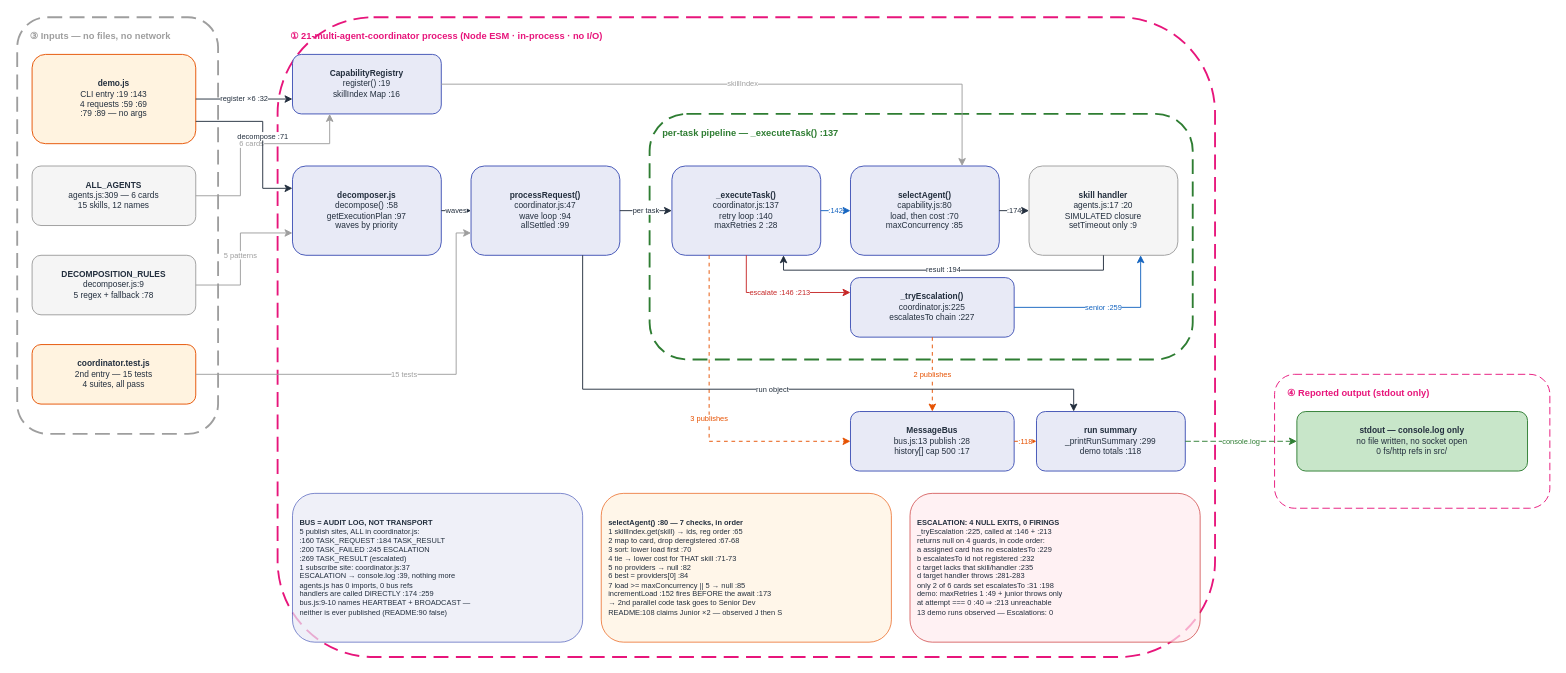
Before: docs/diagrams/coordinator_v1/HOA_Coordinator_v1.drawio in gmaheshraju/Hands-on-AgenticAI, a draw.io diagram. Source tidied: cells renumbered, new cells numbered last; positions are measured from the earlier drawing's top-left corner, leaving out a move shared by most shapes. Both pictures are drawn from the tidied source at 93%, with x=0, y=0 at pixel (17, 17).
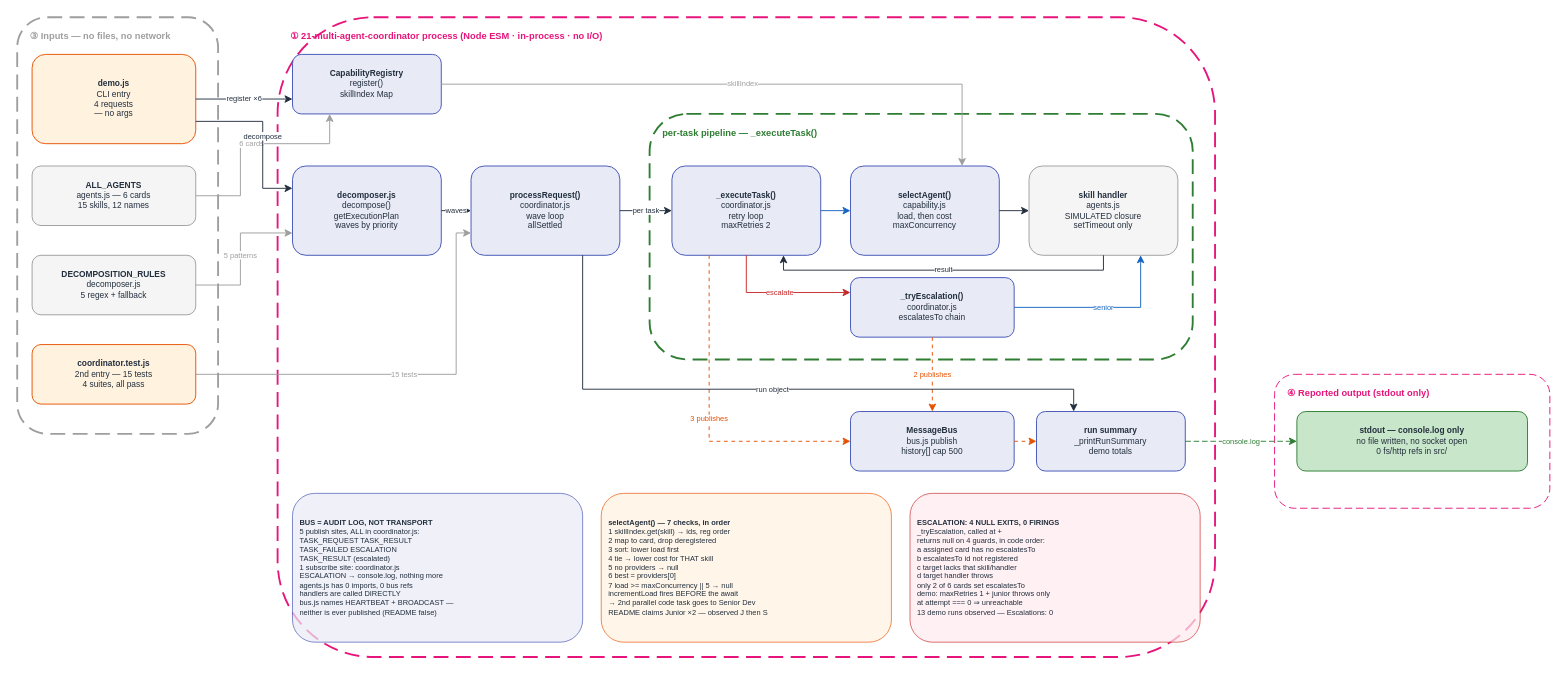
The same page after the edit.

The edit, as a diff of the source:
```diff
@@
-    <mxCell id="7" value="per-task pipeline — _executeTask() :137" style="text;fontSize=10;fontStyle=1;fontColor=#2E7D32;align=left;html=1;whiteSpace=wrap;" parent="1" vertex="1">
+    <mxCell id="7" value="per-task pipeline — _executeTask()" style="text;fontSize=10;fontStyle=1;fontColor=#2E7D32;align=left;html=1;whiteSpace=wrap;" parent="1" vertex="1">
       <mxGeometry x="692" y="112" width="568" height="16" as="geometry" />
     </mxCell>
@@
-    <mxCell id="10" value="&lt;b&gt;demo.js&lt;/b&gt;&lt;br&gt;CLI entry :19 :143&lt;br&gt;4 requests :59 :69&lt;br&gt;:79 :89 — no args" style="rounded=1;fillColor=#FFF3E0;strokeColor=#E65100;fontSize=9;fontColor=#232F3E;html=1;whiteSpace=wrap;align=center;" parent="1" vertex="1">
+    <mxCell id="10" value="&lt;b&gt;demo.js&lt;/b&gt;&lt;br&gt;CLI entry&lt;br&gt;4 requests&lt;br&gt; — no args" style="rounded=1;fillColor=#FFF3E0;strokeColor=#E65100;fontSize=9;fontColor=#232F3E;html=1;whiteSpace=wrap;align=center;" parent="1" vertex="1">
       <mxGeometry x="16" y="40" width="176" height="96" as="geometry" />
     </mxCell>
-    <mxCell id="11" value="&lt;b&gt;ALL_AGENTS&lt;/b&gt;&lt;br&gt;agents.js:309 — 6 cards&lt;br&gt;15 skills, 12 names" style="rounded=1;fillColor=#F5F5F5;strokeColor=#9E9E9E;fontSize=9;fontColor=#232F3E;html=1;whiteSpace=wrap;align=center;" parent="1" vertex="1">
+    <mxCell id="11" value="&lt;b&gt;ALL_AGENTS&lt;/b&gt;&lt;br&gt;agents.js — 6 cards&lt;br&gt;15 skills, 12 names" style="rounded=1;fillColor=#F5F5F5;strokeColor=#9E9E9E;fontSize=9;fontColor=#232F3E;html=1;whiteSpace=wrap;align=center;" parent="1" vertex="1">
       <mxGeometry x="16" y="160" width="176" height="64" as="geometry" />
     </mxCell>
-    <mxCell id="12" value="&lt;b&gt;DECOMPOSITION_RULES&lt;/b&gt;&lt;br&gt;decomposer.js:9&lt;br&gt;5 regex + fallback :78" style="rounded=1;fillColor=#F5F5F5;strokeColor=#9E9E9E;fontSize=9;fontColor=#232F3E;html=1;whiteSpace=wrap;align=center;" parent="1" vertex="1">
+    <mxCell id="12" value="&lt;b&gt;DECOMPOSITION_RULES&lt;/b&gt;&lt;br&gt;decomposer.js&lt;br&gt;5 regex + fallback" style="rounded=1;fillColor=#F5F5F5;strokeColor=#9E9E9E;fontSize=9;fontColor=#232F3E;html=1;whiteSpace=wrap;align=center;" parent="1" vertex="1">
       <mxGeometry x="16" y="256" width="176" height="64" as="geometry" />
     </mxCell>
@@
-    <mxCell id="14" value="&lt;b&gt;CapabilityRegistry&lt;/b&gt;&lt;br&gt;register() :19&lt;br&gt;skillIndex Map :16" style="rounded=1;fillColor=#E8EAF6;strokeColor=#3F51B5;fontSize=9;fontColor=#232F3E;html=1;whiteSpace=wrap;align=center;" parent="1" vertex="1">
+    <mxCell id="14" value="&lt;b&gt;CapabilityRegistry&lt;/b&gt;&lt;br&gt;register()&lt;br&gt;skillIndex Map" style="rounded=1;fillColor=#E8EAF6;strokeColor=#3F51B5;fontSize=9;fontColor=#232F3E;html=1;whiteSpace=wrap;align=center;" parent="1" vertex="1">
       <mxGeometry x="296" y="40" width="160" height="64" as="geometry" />
     </mxCell>
-    <mxCell id="15" value="&lt;b&gt;decomposer.js&lt;/b&gt;&lt;br&gt;decompose() :58&lt;br&gt;getExecutionPlan :97&lt;br&gt;waves by priority" style="rounded=1;fillColor=#E8EAF6;strokeColor=#3F51B5;fontSize=9;fontColor=#232F3E;html=1;whiteSpace=wrap;align=center;" parent="1" vertex="1">
+    <mxCell id="15" value="&lt;b&gt;decomposer.js&lt;/b&gt;&lt;br&gt;decompose()&lt;br&gt;getExecutionPlan&lt;br&gt;waves by priority" style="rounded=1;fillColor=#E8EAF6;strokeColor=#3F51B5;fontSize=9;fontColor=#232F3E;html=1;whiteSpace=wrap;align=center;" parent="1" vertex="1">
       <mxGeometry x="296" y="160" width="160" height="96" as="geometry" />
     </mxCell>
-    <mxCell id="16" value="&lt;b&gt;processRequest()&lt;/b&gt;&lt;br&gt;coordinator.js:47&lt;br&gt;wave loop :94&lt;br&gt;allSettled :99" style="rounded=1;fillColor=#E8EAF6;strokeColor=#3F51B5;fontSize=9;fontColor=#232F3E;html=1;whiteSpace=wrap;align=center;" parent="1" vertex="1">
+    <mxCell id="16" value="&lt;b&gt;processRequest()&lt;/b&gt;&lt;br&gt;coordinator.js&lt;br&gt;wave loop&lt;br&gt;allSettled" style="rounded=1;fillColor=#E8EAF6;strokeColor=#3F51B5;fontSize=9;fontColor=#232F3E;html=1;whiteSpace=wrap;align=center;" parent="1" vertex="1">
       <mxGeometry x="488" y="160" width="160" height="96" as="geometry" />
     </mxCell>
-    <mxCell id="17" value="&lt;b&gt;_executeTask()&lt;/b&gt;&lt;br&gt;coordinator.js:137&lt;br&gt;retry loop :140&lt;br&gt;maxRetries 2 :28" style="rounded=1;fillColor=#E8EAF6;strokeColor=#3F51B5;fontSize=9;fontColor=#232F3E;html=1;whiteSpace=wrap;align=center;" parent="1" vertex="1">
+    <mxCell id="17" value="&lt;b&gt;_executeTask()&lt;/b&gt;&lt;br&gt;coordinator.js&lt;br&gt;retry loop&lt;br&gt;maxRetries 2" style="rounded=1;fillColor=#E8EAF6;strokeColor=#3F51B5;fontSize=9;fontColor=#232F3E;html=1;whiteSpace=wrap;align=center;" parent="1" vertex="1">
       <mxGeometry x="704" y="160" width="160" height="96" as="geometry" />
     </mxCell>
-    <mxCell id="18" value="&lt;b&gt;selectAgent()&lt;/b&gt;&lt;br&gt;capability.js:80&lt;br&gt;load, then cost :70&lt;br&gt;maxConcurrency :85" style="rounded=1;fillColor=#E8EAF6;strokeColor=#3F51B5;fontSize=9;fontColor=#232F3E;html=1;whiteSpace=wrap;align=center;" parent="1" vertex="1">
+    <mxCell id="18" value="&lt;b&gt;selectAgent()&lt;/b&gt;&lt;br&gt;capability.js&lt;br&gt;load, then cost&lt;br&gt;maxConcurrency" style="rounded=1;fillColor=#E8EAF6;strokeColor=#3F51B5;fontSize=9;fontColor=#232F3E;html=1;whiteSpace=wrap;align=center;" parent="1" vertex="1">
       <mxGeometry x="896" y="160" width="160" height="96" as="geometry" />
     </mxCell>
-    <mxCell id="19" value="&lt;b&gt;skill handler&lt;/b&gt;&lt;br&gt;agents.js:17 :20&lt;br&gt;SIMULATED closure&lt;br&gt;setTimeout only :9" style="rounded=1;fillColor=#F5F5F5;strokeColor=#9E9E9E;fontSize=9;fontColor=#232F3E;html=1;whiteSpace=wrap;align=center;" parent="1" vertex="1">
+    <mxCell id="19" value="&lt;b&gt;skill handler&lt;/b&gt;&lt;br&gt;agents.js&lt;br&gt;SIMULATED closure&lt;br&gt;setTimeout only" style="rounded=1;fillColor=#F5F5F5;strokeColor=#9E9E9E;fontSize=9;fontColor=#232F3E;html=1;whiteSpace=wrap;align=center;" parent="1" vertex="1">
       <mxGeometry x="1088" y="160" width="160" height="96" as="geometry" />
     </mxCell>
-    <mxCell id="20" value="&lt;b&gt;_tryEscalation()&lt;/b&gt;&lt;br&gt;coordinator.js:225&lt;br&gt;escalatesTo chain :227" style="rounded=1;fillColor=#E8EAF6;strokeColor=#3F51B5;fontSize=9;fontColor=#232F3E;html=1;whiteSpace=wrap;align=center;" parent="1" vertex="1">
+    <mxCell id="20" value="&lt;b&gt;_tryEscalation()&lt;/b&gt;&lt;br&gt;coordinator.js&lt;br&gt;escalatesTo chain" style="rounded=1;fillColor=#E8EAF6;strokeColor=#3F51B5;fontSize=9;fontColor=#232F3E;html=1;whiteSpace=wrap;align=center;" parent="1" vertex="1">
       <mxGeometry x="896" y="280" width="176" height="64" as="geometry" />
     </mxCell>
-    <mxCell id="21" value="&lt;b&gt;MessageBus&lt;/b&gt;&lt;br&gt;bus.js:13 publish :28&lt;br&gt;history[] cap 500 :17" style="rounded=1;fillColor=#E8EAF6;strokeColor=#3F51B5;fontSize=9;fontColor=#232F3E;html=1;whiteSpace=wrap;align=center;" parent="1" vertex="1">
+    <mxCell id="21" value="&lt;b&gt;MessageBus&lt;/b&gt;&lt;br&gt;bus.js publish&lt;br&gt;history[] cap 500" style="rounded=1;fillColor=#E8EAF6;strokeColor=#3F51B5;fontSize=9;fontColor=#232F3E;html=1;whiteSpace=wrap;align=center;" parent="1" vertex="1">
       <mxGeometry x="896" y="424" width="176" height="64" as="geometry" />
     </mxCell>
-    <mxCell id="22" value="&lt;b&gt;run summary&lt;/b&gt;&lt;br&gt;_printRunSummary :299&lt;br&gt;demo totals :118" style="rounded=1;fillColor=#E8EAF6;strokeColor=#3F51B5;fontSize=9;fontColor=#232F3E;html=1;whiteSpace=wrap;align=center;" parent="1" vertex="1">
+    <mxCell id="22" value="&lt;b&gt;run summary&lt;/b&gt;&lt;br&gt;_printRunSummary&lt;br&gt;demo totals" style="rounded=1;fillColor=#E8EAF6;strokeColor=#3F51B5;fontSize=9;fontColor=#232F3E;html=1;whiteSpace=wrap;align=center;" parent="1" vertex="1">
       <mxGeometry x="1096" y="424" width="160" height="64" as="geometry" />
     </mxCell>
@@
-    <mxCell id="24" value="&lt;b&gt;BUS = AUDIT LOG, NOT TRANSPORT&lt;/b&gt;&lt;br&gt;5 publish sites, ALL in coordinator.js:&lt;br&gt;  :160 TASK_REQUEST  :184 TASK_RESULT&lt;br&gt;  :200 TASK_FAILED   :245 ESCALATION&lt;br&gt;  :269 TASK_RESULT (escalated)&lt;br&gt;1 subscribe site: coordinator.js:37&lt;br&gt;  ESCALATION → console.log :39, nothing more&lt;br&gt;agents.js has 0 imports, 0 bus refs&lt;br&gt;handlers are called DIRECTLY :174 :259&lt;br&gt;bus.js:9-10 names HEARTBEAT + BROADCAST —&lt;br&gt;neither is ever published (README:90 false)" style="rounded=1;fillColor=#E8EAF6;strokeColor=#3F51B5;fontSize=8;fontColor=#232F3E;html=1;whiteSpace=wrap;align=left;spacingLeft=6;opacity=70;" parent="1" vertex="1">
+    <mxCell id="24" value="&lt;b&gt;BUS = AUDIT LOG, NOT TRANSPORT&lt;/b&gt;&lt;br&gt;5 publish sites, ALL in coordinator.js:&lt;br&gt; TASK_REQUEST TASK_RESULT&lt;br&gt; TASK_FAILED ESCALATION&lt;br&gt; TASK_RESULT (escalated)&lt;br&gt;1 subscribe site: coordinator.js&lt;br&gt; ESCALATION → console.log, nothing more&lt;br&gt;agents.js has 0 imports, 0 bus refs&lt;br&gt;handlers are called DIRECTLY&lt;br&gt;bus.js names HEARTBEAT + BROADCAST —&lt;br&gt;neither is ever published (README false)" style="rounded=1;fillColor=#E8EAF6;strokeColor=#3F51B5;fontSize=8;fontColor=#232F3E;html=1;whiteSpace=wrap;align=left;spacingLeft=6;opacity=70;" parent="1" vertex="1">
       <mxGeometry x="296" y="512" width="312" height="160" as="geometry" />
     </mxCell>
-    <mxCell id="25" value="&lt;b&gt;selectAgent() :80 — 7 checks, in order&lt;/b&gt;&lt;br&gt;1 skillIndex.get(skill) → ids, reg order :65&lt;br&gt;2 map to card, drop deregistered :67-68&lt;br&gt;3 sort: lower load first :70&lt;br&gt;4 tie → lower cost for THAT skill :71-73&lt;br&gt;5 no providers → null :82&lt;br&gt;6 best = providers[0] :84&lt;br&gt;7 load &amp;gt;= maxConcurrency || 5 → null :85&lt;br&gt;incrementLoad :152 fires BEFORE the await :173&lt;br&gt;→ 2nd parallel code task goes to Senior Dev&lt;br&gt;README:108 claims Junior ×2 — observed J then S" style="rounded=1;fillColor=#FFF3E0;strokeColor=#E65100;fontSize=8;fontColor=#232F3E;html=1;whiteSpace=wrap;align=left;spacingLeft=6;opacity=70;" parent="1" vertex="1">
+    <mxCell id="25" value="&lt;b&gt;selectAgent() — 7 checks, in order&lt;/b&gt;&lt;br&gt;1 skillIndex.get(skill) → ids, reg order&lt;br&gt;2 map to card, drop deregistered&lt;br&gt;3 sort: lower load first&lt;br&gt;4 tie → lower cost for THAT skill&lt;br&gt;5 no providers → null&lt;br&gt;6 best = providers[0]&lt;br&gt;7 load &amp;gt;= maxConcurrency || 5 → null&lt;br&gt;incrementLoad fires BEFORE the await&lt;br&gt;→ 2nd parallel code task goes to Senior Dev&lt;br&gt;README claims Junior ×2 — observed J then S" style="rounded=1;fillColor=#FFF3E0;strokeColor=#E65100;fontSize=8;fontColor=#232F3E;html=1;whiteSpace=wrap;align=left;spacingLeft=6;opacity=70;" parent="1" vertex="1">
       <mxGeometry x="628" y="512" width="312" height="160" as="geometry" />
     </mxCell>
-    <mxCell id="26" value="&lt;b&gt;ESCALATION: 4 NULL EXITS, 0 FIRINGS&lt;/b&gt;&lt;br&gt;_tryEscalation :225, called at :146 + :213&lt;br&gt;returns null on 4 guards, in code order:&lt;br&gt;  a assigned card has no escalatesTo :229&lt;br&gt;  b escalatesTo id not registered :232&lt;br&gt;  c target lacks that skill/handler :235&lt;br&gt;  d target handler throws :281-283&lt;br&gt;only 2 of 6 cards set escalatesTo :31 :198&lt;br&gt;demo: maxRetries 1 :49 + junior throws only&lt;br&gt;at attempt === 0 :40 ⇒ :213 unreachable&lt;br&gt;13 demo runs observed — Escalations: 0" style="rounded=1;fillColor=#FFEBEE;strokeColor=#C62828;fontSize=8;fontColor=#232F3E;html=1;whiteSpace=wrap;align=left;spacingLeft=6;opacity=70;" parent="1" vertex="1">
+    <mxCell id="26" value="&lt;b&gt;ESCALATION: 4 NULL EXITS, 0 FIRINGS&lt;/b&gt;&lt;br&gt;_tryEscalation, called at +&lt;br&gt;returns null on 4 guards, in code order:&lt;br&gt; a assigned card has no escalatesTo&lt;br&gt; b escalatesTo id not registered&lt;br&gt; c target lacks that skill/handler&lt;br&gt; d target handler throws&lt;br&gt;only 2 of 6 cards set escalatesTo&lt;br&gt;demo: maxRetries 1 + junior throws only&lt;br&gt;at attempt === 0 ⇒ unreachable&lt;br&gt;13 demo runs observed — Escalations: 0" style="rounded=1;fillColor=#FFEBEE;strokeColor=#C62828;fontSize=8;fontColor=#232F3E;html=1;whiteSpace=wrap;align=left;spacingLeft=6;opacity=70;" parent="1" vertex="1">
       <mxGeometry x="960" y="512" width="312" height="160" as="geometry" />
     </mxCell>
-    <mxCell id="27" value="register ×6 :32" style="edgeStyle=orthogonalEdgeStyle;rounded=0;html=1;strokeColor=#232F3E;fontColor=#232F3E;fontSize=8;exitX=1;exitY=0.5;exitDx=0;exitDy=0;entryX=0;entryY=0.75;entryDx=0;entryDy=0;" parent="1" edge="1" source="10" target="14">
+    <mxCell id="27" value="register ×6" style="edgeStyle=orthogonalEdgeStyle;rounded=0;html=1;strokeColor=#232F3E;fontColor=#232F3E;fontSize=8;exitX=1;exitY=0.5;exitDx=0;exitDy=0;entryX=0;entryY=0.75;entryDx=0;entryDy=0;" parent="1" edge="1" source="10" target="14">
       <mxGeometry relative="1" as="geometry" />
     </mxCell>
@@
-    <mxCell id="29" value="decompose :71" style="edgeStyle=orthogonalEdgeStyle;rounded=0;html=1;strokeColor=#232F3E;fontColor=#232F3E;fontSize=8;exitX=1;exitY=0.75;exitDx=0;exitDy=0;entryX=0;entryY=0.25;entryDx=0;entryDy=0;" parent="1" edge="1" source="10" target="15">
+    <mxCell id="29" value="decompose" style="edgeStyle=orthogonalEdgeStyle;rounded=0;html=1;strokeColor=#232F3E;fontColor=#232F3E;fontSize=8;exitX=1;exitY=0.75;exitDx=0;exitDy=0;entryX=0;entryY=0.25;entryDx=0;entryDy=0;" parent="1" edge="1" source="10" target="15">
       <mxGeometry relative="1" as="geometry">
         <Array as="points">
           <mxPoint x="264" y="112" />
           <mxPoint x="264" y="184" />
         </Array>
       </mxGeometry>
     </mxCell>
@@
-    <mxCell id="34" value=":142" style="edgeStyle=orthogonalEdgeStyle;rounded=0;html=1;strokeColor=#1565C0;fontColor=#1565C0;fontSize=8;exitX=1;exitY=0.5;exitDx=0;exitDy=0;entryX=0;entryY=0.5;entryDx=0;entryDy=0;" parent="1" edge="1" source="17" target="18">
+    <mxCell id="34" style="edgeStyle=orthogonalEdgeStyle;rounded=0;html=1;strokeColor=#1565C0;fontColor=#1565C0;fontSize=8;exitX=1;exitY=0.5;exitDx=0;exitDy=0;entryX=0;entryY=0.5;entryDx=0;entryDy=0;" parent="1" edge="1" source="17" target="18">
       <mxGeometry relative="1" as="geometry" />
     </mxCell>
-    <mxCell id="35" value=":174" style="edgeStyle=orthogonalEdgeStyle;rounded=0;html=1;strokeColor=#232F3E;fontColor=#232F3E;fontSize=8;exitX=1;exitY=0.5;exitDx=0;exitDy=0;entryX=0;entryY=0.5;entryDx=0;entryDy=0;" parent="1" edge="1" source="18" target="19">
+    <mxCell id="35" style="edgeStyle=orthogonalEdgeStyle;rounded=0;html=1;strokeColor=#232F3E;fontColor=#232F3E;fontSize=8;exitX=1;exitY=0.5;exitDx=0;exitDy=0;entryX=0;entryY=0.5;entryDx=0;entryDy=0;" parent="1" edge="1" source="18" target="19">
       <mxGeometry relative="1" as="geometry" />
     </mxCell>
@@
-    <mxCell id="37" value="result :194" style="edgeStyle=orthogonalEdgeStyle;rounded=0;html=1;strokeColor=#232F3E;fontColor=#232F3E;fontSize=8;exitX=0.5;exitY=1;exitDx=0;exitDy=0;entryX=0.75;entryY=1;entryDx=0;entryDy=0;" parent="1" edge="1" source="19" target="17">
+    <mxCell id="37" value="result" style="edgeStyle=orthogonalEdgeStyle;rounded=0;html=1;strokeColor=#232F3E;fontColor=#232F3E;fontSize=8;exitX=0.5;exitY=1;exitDx=0;exitDy=0;entryX=0.75;entryY=1;entryDx=0;entryDy=0;" parent="1" edge="1" source="19" target="17">
       <mxGeometry relative="1" as="geometry">
         <Array as="points">
           <mxPoint x="1168" y="272" />
           <mxPoint x="824" y="272" />
         </Array>
       </mxGeometry>
     </mxCell>
-    <mxCell id="38" value="escalate :146 :213" style="edgeStyle=orthogonalEdgeStyle;rounded=0;html=1;strokeColor=#C62828;fontColor=#C62828;fontSize=8;exitX=0.5;exitY=1;exitDx=0;exitDy=0;entryX=0;entryY=0.25;entryDx=0;entryDy=0;" parent="1" edge="1" source="17" target="20">
+    <mxCell id="38" value="escalate" style="edgeStyle=orthogonalEdgeStyle;rounded=0;html=1;strokeColor=#C62828;fontColor=#C62828;fontSize=8;exitX=0.5;exitY=1;exitDx=0;exitDy=0;entryX=0;entryY=0.25;entryDx=0;entryDy=0;" parent="1" edge="1" source="17" target="20">
       <mxGeometry relative="1" as="geometry">
         <Array as="points">
           <mxPoint x="784" y="296" />
         </Array>
       </mxGeometry>
     </mxCell>
-    <mxCell id="39" value="senior :259" style="edgeStyle=orthogonalEdgeStyle;rounded=0;html=1;strokeColor=#1565C0;fontColor=#1565C0;fontSize=8;exitX=1;exitY=0.5;exitDx=0;exitDy=0;entryX=0.75;entryY=1;entryDx=0;entryDy=0;" parent="1" edge="1" source="20" target="19">
+    <mxCell id="39" value="senior" style="edgeStyle=orthogonalEdgeStyle;rounded=0;html=1;strokeColor=#1565C0;fontColor=#1565C0;fontSize=8;exitX=1;exitY=0.5;exitDx=0;exitDy=0;entryX=0.75;entryY=1;entryDx=0;entryDy=0;" parent="1" edge="1" source="20" target="19">
       <mxGeometry relative="1" as="geometry">
         <Array as="points">
           <mxPoint x="1208" y="312" />
         </Array>
       </mxGeometry>
     </mxCell>
@@
-    <mxCell id="43" value=":118" style="edgeStyle=orthogonalEdgeStyle;rounded=0;html=1;strokeColor=#E65100;fontColor=#E65100;fontSize=8;exitX=1;exitY=0.5;exitDx=0;exitDy=0;entryX=0;entryY=0.5;entryDx=0;entryDy=0;dashed=1;dashPattern=4 4;" parent="1" edge="1" source="21" target="22">
+    <mxCell id="43" style="edgeStyle=orthogonalEdgeStyle;rounded=0;html=1;strokeColor=#E65100;fontColor=#E65100;fontSize=8;exitX=1;exitY=0.5;exitDx=0;exitDy=0;entryX=0;entryY=0.5;entryDx=0;entryDy=0;dashed=1;dashPattern=4 4;" parent="1" edge="1" source="21" target="22">
       <mxGeometry relative="1" as="geometry" />
     </mxCell>
```
